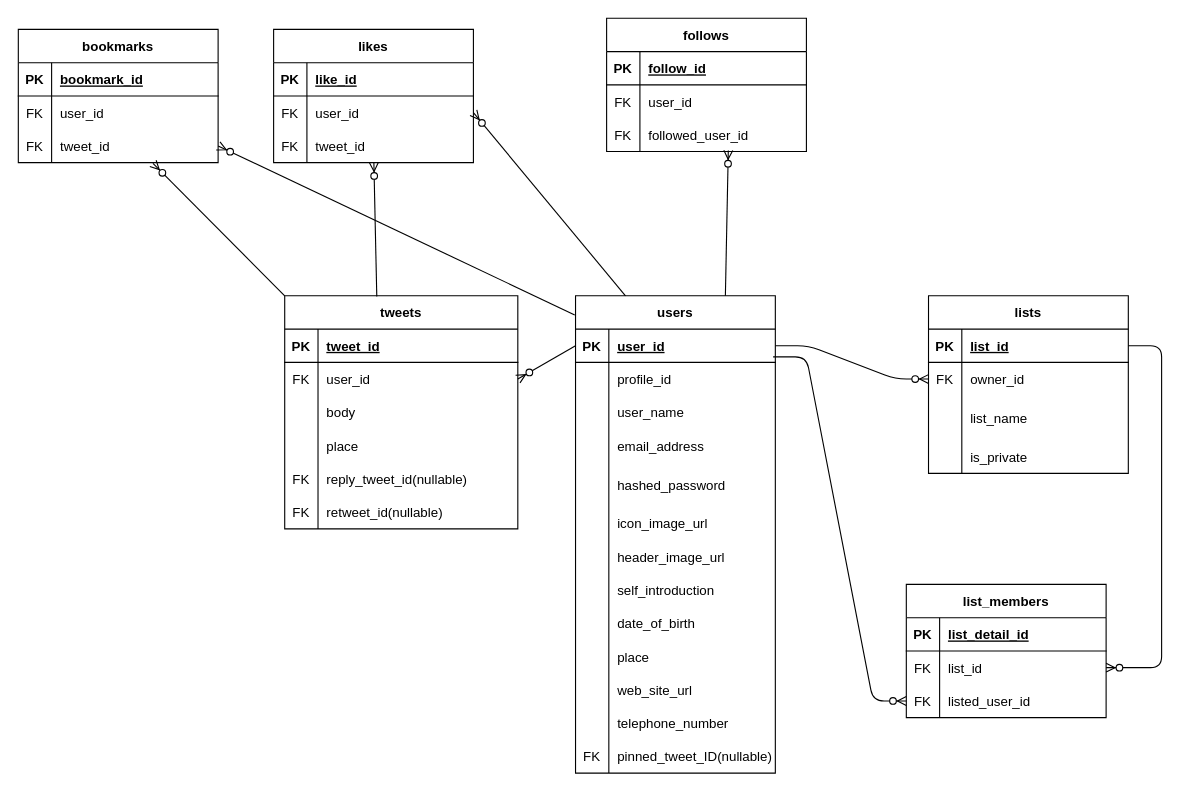
Above: twitterDB.dio in fjordllc/ruby-practices (draw.io), before the change. Source tidied: cells renumbered, new cells numbered last; positions are measured from the earlier drawing's top-left corner, leaving out a move shared by most shapes. Both pictures are drawn from the tidied source at 111%, with x=0, y=0 at pixel (18, 18).
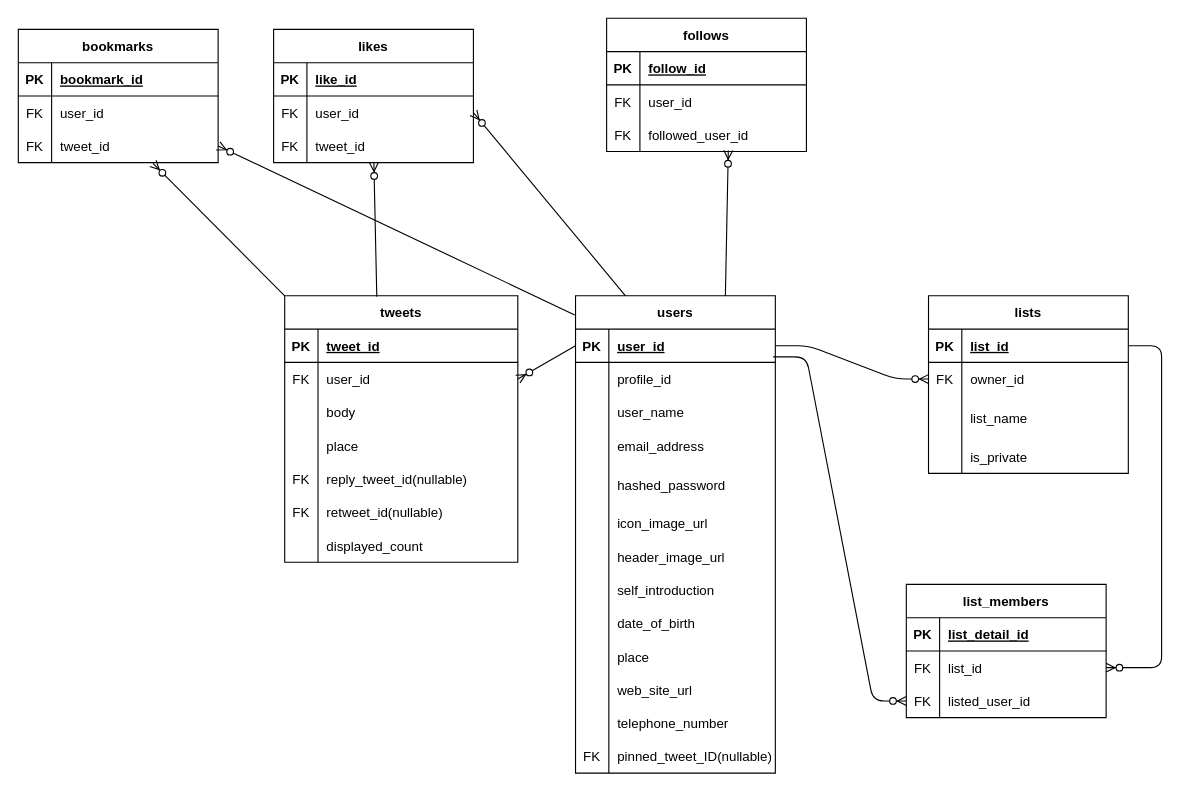
The same page after the edit.

Commit message:
間違えて消したところを戻す

Change to the diagram source:
```diff
@@
     <mxCell id="42" value="tweets" style="shape=table;startSize=30;childLayout=tableLayout;rowLines=0;fontStyle=1;align=center;" parent="1" vertex="1">
-      <mxGeometry x="240" y="250" width="210" height="210" as="geometry" />
+      <mxGeometry x="240" y="250" width="210" height="240" as="geometry" />
     </mxCell>
@@
+    <mxCell id="124" style="shape=tableRow;horizontal=0;startSize=0;swimlaneHead=0;swimlaneBody=0;fillColor=none;top=0;left=0;right=0;bottom=0;" parent="42" vertex="1">
+      <mxGeometry y="210" width="210" height="30" as="geometry" />
+    </mxCell>
+    <mxCell id="125" style="shape=partialRectangle;fillColor=none;top=0;left=0;bottom=0;right=0;overflow=hidden;" parent="124" vertex="1">
+      <mxGeometry width="30" height="30" as="geometry" />
+    </mxCell>
+    <mxCell id="126" value="displayed_count" style="shape=partialRectangle;fillColor=none;top=0;left=0;bottom=0;right=0;align=left;spacingLeft=6;overflow=hidden;" parent="124" vertex="1">
+      <mxGeometry x="30" width="180" height="30" as="geometry" />
+    </mxCell>
```
